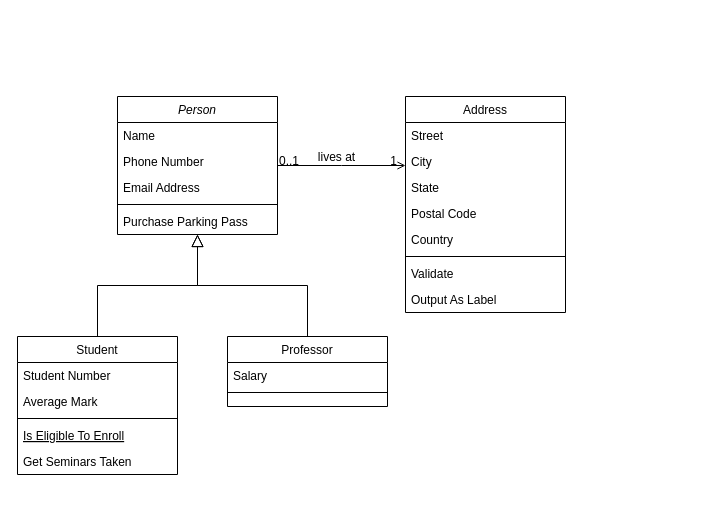
Earlier version of the draw.io diagram 类图-marketmemo.drawio (marcowangfrm/marketmemo). Source tidied: cells renumbered, new cells numbered last; positions are measured from the earlier drawing's top-left corner, leaving out a move shared by most shapes. Both pictures are drawn from the tidied source at 100%, with x=0, y=0 at pixel (17, 96).
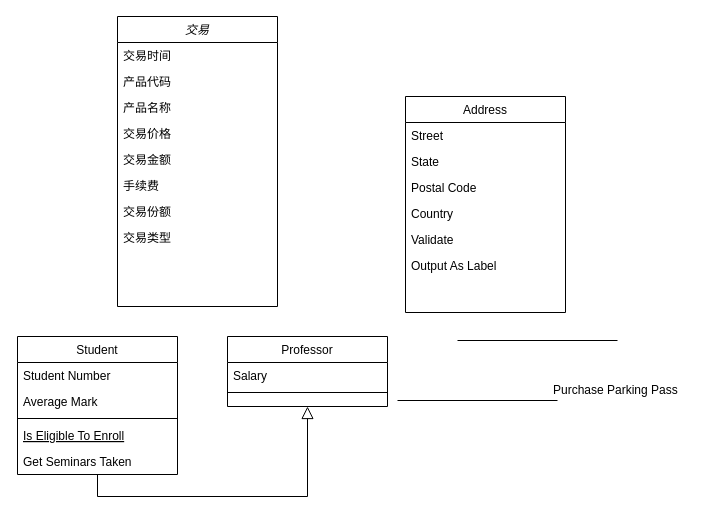
After the change.

Unchanged cells that the change refers to:
```xml
<mxCell id="8" value="Student" style="swimlane;fontStyle=0;align=center;verticalAlign=top;horizontal=1;startSize=26;rounded=0;shadow=0;strokeWidth=1;" parent="1" vertex="1">
  <mxGeometry y="240" width="160" height="138" as="geometry" />
</mxCell>
<mxCell id="15" value="Professor" style="swimlane;fontStyle=0;align=center;verticalAlign=top;horizontal=1;startSize=26;rounded=0;shadow=0;strokeWidth=1;" parent="1" vertex="1">
  <mxGeometry x="210" y="240" width="160" height="70" as="geometry" />
</mxCell>
<mxCell id="19" value="Address" style="swimlane;fontStyle=0;align=center;verticalAlign=top;horizontal=1;startSize=26;rounded=0;shadow=0;strokeWidth=1;" parent="1" vertex="1">
  <mxGeometry x="388" width="160" height="216" as="geometry" />
</mxCell>
```

Change to the diagram source:
```diff
@@
-    <mxCell id="2" value="Person" style="swimlane;fontStyle=2;align=center;verticalAlign=top;horizontal=1;startSize=26;rounded=0;shadow=0;strokeWidth=1;" parent="1" vertex="1">
-      <mxGeometry x="100" width="160" height="138" as="geometry" />
+    <mxCell id="2" value="交易" style="swimlane;fontStyle=2;align=center;verticalAlign=top;horizontal=1;startSize=26;rounded=0;shadow=0;strokeWidth=1;" parent="1" vertex="1">
+      <mxGeometry x="100" y="-80" width="160" height="290" as="geometry" />
     </mxCell>
-    <mxCell id="3" value="Name" style="text;align=left;verticalAlign=top;spacingLeft=4;spacingRight=4;overflow=hidden;" parent="2" vertex="1">
+    <mxCell id="3" value="交易时间" style="text;align=left;verticalAlign=top;spacingLeft=4;spacingRight=4;overflow=hidden;" parent="2" vertex="1">
       <mxGeometry y="26" width="160" height="26" as="geometry" />
     </mxCell>
-    <mxCell id="4" value="Phone Number" style="text;align=left;verticalAlign=top;spacingLeft=4;spacingRight=4;overflow=hidden;rounded=0;shadow=0;html=0;" parent="2" vertex="1">
+    <mxCell id="4" value="产品代码" style="text;align=left;verticalAlign=top;spacingLeft=4;spacingRight=4;overflow=hidden;rounded=0;shadow=0;html=0;" parent="2" vertex="1">
       <mxGeometry y="52" width="160" height="26" as="geometry" />
     </mxCell>
-    <mxCell id="5" value="Email Address" style="text;align=left;verticalAlign=top;spacingLeft=4;spacingRight=4;overflow=hidden;rounded=0;shadow=0;html=0;" parent="2" vertex="1">
+    <mxCell id="5" value="产品名称" style="text;align=left;verticalAlign=top;spacingLeft=4;spacingRight=4;overflow=hidden;rounded=0;shadow=0;html=0;" parent="2" vertex="1">
       <mxGeometry y="78" width="160" height="26" as="geometry" />
     </mxCell>
-    <mxCell id="6" style="line;html=1;strokeWidth=1;align=left;verticalAlign=middle;spacingTop=-1;spacingLeft=3;spacingRight=3;labelPosition=right;" parent="2" vertex="1">
-      <mxGeometry y="104" width="160" height="8" as="geometry" />
-    </mxCell>
-    <mxCell id="7" value="Purchase Parking Pass" style="text;align=left;verticalAlign=top;spacingLeft=4;spacingRight=4;overflow=hidden;" parent="2" vertex="1">
-      <mxGeometry y="112" width="160" height="26" as="geometry" />
-    </mxCell>
+    <mxCell id="32" value="交易价格" style="text;align=left;verticalAlign=top;spacingLeft=4;spacingRight=4;overflow=hidden;rounded=0;shadow=0;html=0;" parent="2" vertex="1">
+      <mxGeometry y="104" width="160" height="26" as="geometry" />
+    </mxCell>
+    <mxCell id="33" value="交易金额" style="text;align=left;verticalAlign=top;spacingLeft=4;spacingRight=4;overflow=hidden;rounded=0;shadow=0;html=0;" parent="2" vertex="1">
+      <mxGeometry y="130" width="160" height="26" as="geometry" />
+    </mxCell>
+    <mxCell id="34" value="手续费" style="text;align=left;verticalAlign=top;spacingLeft=4;spacingRight=4;overflow=hidden;rounded=0;shadow=0;html=0;" parent="2" vertex="1">
+      <mxGeometry y="156" width="160" height="26" as="geometry" />
+    </mxCell>
+    <mxCell id="35" value="交易份额" style="text;align=left;verticalAlign=top;spacingLeft=4;spacingRight=4;overflow=hidden;rounded=0;shadow=0;html=0;" parent="2" vertex="1">
+      <mxGeometry y="182" width="160" height="26" as="geometry" />
+    </mxCell>
+    <mxCell id="36" value="交易类型" style="text;align=left;verticalAlign=top;spacingLeft=4;spacingRight=4;overflow=hidden;rounded=0;shadow=0;html=0;" parent="2" vertex="1">
+      <mxGeometry y="208" width="160" height="26" as="geometry" />
+    </mxCell>
@@
-    <mxCell id="14" style="endArrow=block;endSize=10;endFill=0;shadow=0;strokeWidth=1;rounded=0;edgeStyle=elbowEdgeStyle;elbow=vertical;" parent="1" edge="1" source="8" target="2">
-      <mxGeometry relative="1" as="geometry" />
+    <mxCell id="14" style="endArrow=block;endSize=10;endFill=0;shadow=0;strokeWidth=1;rounded=0;edgeStyle=elbowEdgeStyle;elbow=vertical;entryX=0.5;entryY=1;entryDx=0;entryDy=0;" parent="1" edge="1" source="8" target="15">
+      <mxGeometry relative="1" as="geometry">
+        <Array as="points">
+          <mxPoint x="240" y="400" />
+          <mxPoint x="190" y="250" />
+        </Array>
+      </mxGeometry>
     </mxCell>
@@
-    <mxCell id="18" style="endArrow=block;endSize=10;endFill=0;shadow=0;strokeWidth=1;rounded=0;edgeStyle=elbowEdgeStyle;elbow=vertical;" parent="1" edge="1" source="15" target="2">
-      <mxGeometry relative="1" as="geometry" />
-    </mxCell>
@@
-    <mxCell id="21" value="City" style="text;align=left;verticalAlign=top;spacingLeft=4;spacingRight=4;overflow=hidden;rounded=0;shadow=0;html=0;" parent="19" vertex="1">
-      <mxGeometry y="52" width="160" height="26" as="geometry" />
-    </mxCell>
     <mxCell id="22" value="State" style="text;align=left;verticalAlign=top;spacingLeft=4;spacingRight=4;overflow=hidden;rounded=0;shadow=0;html=0;" parent="19" vertex="1">
-      <mxGeometry y="78" width="160" height="26" as="geometry" />
+      <mxGeometry y="52" width="160" height="26" as="geometry" />
     </mxCell>
     <mxCell id="23" value="Postal Code" style="text;align=left;verticalAlign=top;spacingLeft=4;spacingRight=4;overflow=hidden;rounded=0;shadow=0;html=0;" parent="19" vertex="1">
-      <mxGeometry y="104" width="160" height="26" as="geometry" />
+      <mxGeometry y="78" width="160" height="26" as="geometry" />
     </mxCell>
     <mxCell id="24" value="Country" style="text;align=left;verticalAlign=top;spacingLeft=4;spacingRight=4;overflow=hidden;rounded=0;shadow=0;html=0;" parent="19" vertex="1">
-      <mxGeometry y="130" width="160" height="26" as="geometry" />
+      <mxGeometry y="104" width="160" height="26" as="geometry" />
     </mxCell>
-    <mxCell id="25" style="line;html=1;strokeWidth=1;align=left;verticalAlign=middle;spacingTop=-1;spacingLeft=3;spacingRight=3;labelPosition=right;" parent="19" vertex="1">
-      <mxGeometry y="156" width="160" height="8" as="geometry" />
-    </mxCell>
     <mxCell id="26" value="Validate" style="text;align=left;verticalAlign=top;spacingLeft=4;spacingRight=4;overflow=hidden;" parent="19" vertex="1">
-      <mxGeometry y="164" width="160" height="26" as="geometry" />
+      <mxGeometry y="130" width="160" height="26" as="geometry" />
     </mxCell>
     <mxCell id="27" value="Output As Label" style="text;align=left;verticalAlign=top;spacingLeft=4;spacingRight=4;overflow=hidden;" parent="19" vertex="1">
-      <mxGeometry y="190" width="160" height="26" as="geometry" />
+      <mxGeometry y="156" width="160" height="26" as="geometry" />
     </mxCell>
-    <mxCell id="28" style="endArrow=open;shadow=0;strokeWidth=1;rounded=0;endFill=1;edgeStyle=elbowEdgeStyle;elbow=vertical;" parent="1" edge="1" source="2" target="19">
-      <mxGeometry x="0.5" y="41" relative="1" as="geometry">
-        <mxPoint x="-40" y="32" as="offset" />
-      </mxGeometry>
-    </mxCell>
-    <mxCell id="29" value="0..1" style="align=left;verticalAlign=bottom;labelBackgroundColor=none;fontSize=12;" parent="28" vertex="1">
-      <mxGeometry x="-1" relative="1" as="geometry">
-        <mxPoint y="4" as="offset" />
-      </mxGeometry>
-    </mxCell>
-    <mxCell id="30" value="1" style="align=right;verticalAlign=bottom;labelBackgroundColor=none;fontSize=12;" parent="28" vertex="1">
-      <mxGeometry x="1" relative="1" as="geometry">
-        <mxPoint x="-7" y="4" as="offset" />
-      </mxGeometry>
-    </mxCell>
-    <mxCell id="31" value="lives at" style="text;html=1;align=center;verticalAlign=middle;labelBackgroundColor=none;rounded=0;shadow=0;strokeWidth=1;fontSize=12;" parent="28" vertex="1">
-      <mxGeometry x="0.5" y="49" relative="1" as="geometry">
-        <mxPoint x="-38" y="40" as="offset" />
-      </mxGeometry>
-    </mxCell>
+    <mxCell id="7" value="Purchase Parking Pass" style="text;align=left;verticalAlign=top;spacingLeft=4;spacingRight=4;overflow=hidden;" parent="1" vertex="1">
+      <mxGeometry x="530" y="280" width="160" height="38" as="geometry" />
+    </mxCell>
+    <mxCell id="25" style="line;html=1;strokeWidth=1;align=left;verticalAlign=middle;spacingTop=-1;spacingLeft=3;spacingRight=3;labelPosition=right;" parent="1" vertex="1">
+      <mxGeometry x="440" y="240" width="160" height="8" as="geometry" />
+    </mxCell>
+    <mxCell id="6" style="line;html=1;strokeWidth=1;align=left;verticalAlign=middle;spacingTop=-1;spacingLeft=3;spacingRight=3;labelPosition=right;" parent="1" vertex="1">
+      <mxGeometry x="380" y="300" width="160" height="8" as="geometry" />
+    </mxCell>
```
